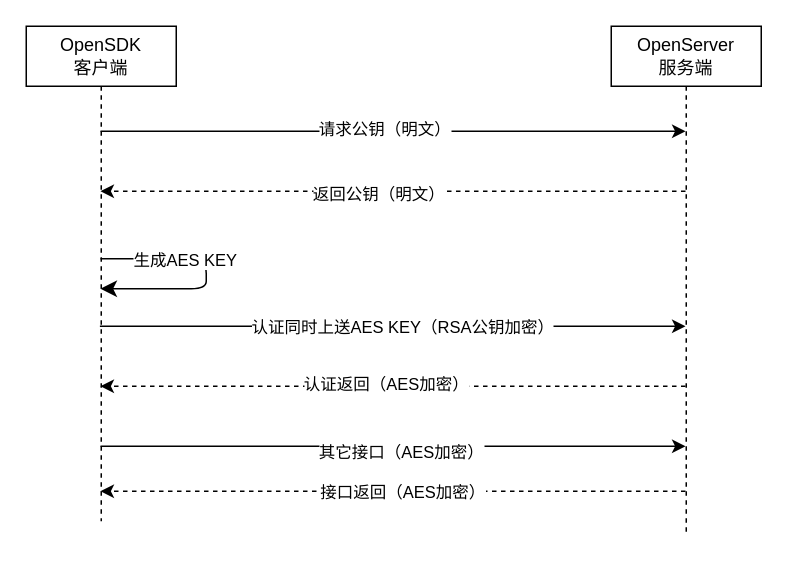
This is page "第 2 页" (2 of 8) of doc/未命名绘图.drawio from shushanfx/nfile, a draw.io file, before an edit. Source tidied: cells renumbered, new cells numbered last; positions are measured from the earlier drawing's top-left corner, leaving out a move shared by most shapes. Both pictures are drawn from the tidied source at 150%, with x=0, y=0 at pixel (26, 26).
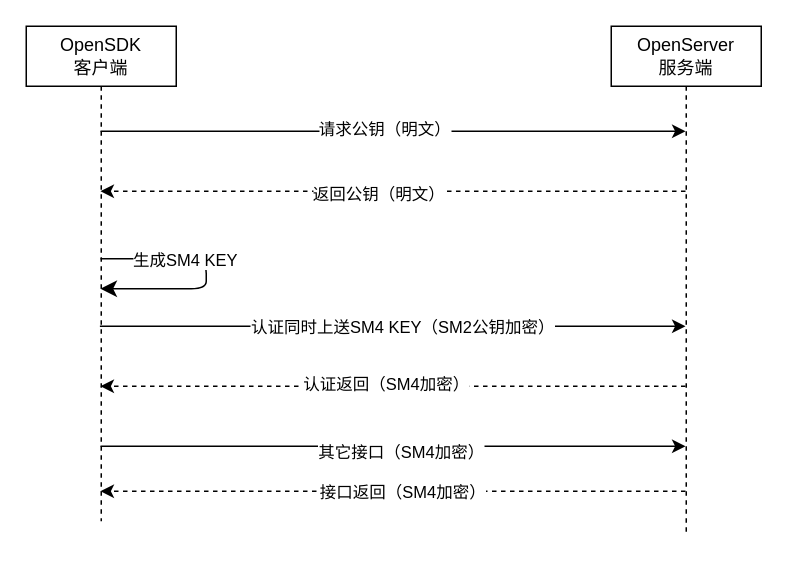
Above is the later version.

The change refers to these unchanged cells:
```xml
<mxCell id="4" style="edgeStyle=elbowEdgeStyle;rounded=0;orthogonalLoop=1;jettySize=auto;html=1;elbow=vertical;curved=0;" parent="1" edge="1">
  <mxGeometry relative="1" as="geometry">
    <mxPoint x="49.1" y="200" as="sourcePoint" />
    <mxPoint x="439.5" y="200" as="targetPoint" />
    <Array as="points">
      <mxPoint x="330" y="200" />
    </Array>
  </mxGeometry>
</mxCell>
<mxCell id="6" style="edgeStyle=elbowEdgeStyle;rounded=0;jettySize=auto;html=1;elbow=horizontal;curved=0;" parent="1" edge="1" source="8" target="15">
  <mxGeometry relative="1" as="geometry">
    <Array as="points">
      <mxPoint x="240" y="280" />
    </Array>
  </mxGeometry>
</mxCell>
<mxCell id="11" style="edgeStyle=elbowEdgeStyle;rounded=0;jettySize=auto;html=1;elbow=vertical;curved=0;dashed=1;" parent="1" edge="1" source="15" target="8">
  <mxGeometry relative="1" as="geometry">
    <Array as="points">
      <mxPoint x="280" y="240" />
    </Array>
  </mxGeometry>
</mxCell>
<mxCell id="13" style="edgeStyle=elbowEdgeStyle;rounded=0;jettySize=auto;html=1;elbow=vertical;curved=0;dashed=1;" parent="1" edge="1" source="15" target="8">
  <mxGeometry relative="1" as="geometry">
    <Array as="points">
      <mxPoint x="250" y="310" />
      <mxPoint x="270" y="320" />
    </Array>
  </mxGeometry>
</mxCell>
<mxCell id="17" style="edgeStyle=orthogonalEdgeStyle;elbow=horizontal;endArrow=classic;html=1;rounded=1;endSize=8;startSize=8;targetPerimeterSpacing=15;" parent="1" edge="1" source="8" target="8">
  <mxGeometry relative="1" as="geometry" />
</mxCell>
```

Diff of the diagram source:
```diff
@@
-    <mxCell id="5" value="认证同时上送AES KEY（RSA公钥加密）" style="edgeLabel;html=1;align=center;verticalAlign=middle;" parent="4" vertex="1">
+    <mxCell id="5" value="认证同时上送SM4 KEY（SM2公钥加密）" style="edgeLabel;html=1;align=center;verticalAlign=middle;" parent="4" vertex="1">
       <mxGeometry x="-0.08" y="5" relative="1" as="geometry">
         <mxPoint x="21" y="5" as="offset" />
       </mxGeometry>
     </mxCell>
@@
-    <mxCell id="7" value="其它接口（AES加密）" style="edgeLabel;html=1;align=center;verticalAlign=middle;" parent="6" vertex="1">
+    <mxCell id="7" value="其它接口（SM4加密）" style="edgeLabel;html=1;align=center;verticalAlign=middle;" parent="6" vertex="1">
       <mxGeometry x="0.12" y="-3" relative="1" as="geometry">
         <mxPoint x="-18" as="offset" />
       </mxGeometry>
     </mxCell>
@@
-    <mxCell id="12" value="认证返回（AES加密）" style="edgeLabel;html=1;align=center;verticalAlign=middle;" parent="11" vertex="1">
+    <mxCell id="12" value="认证返回（SM4加密）" style="edgeLabel;html=1;align=center;verticalAlign=middle;" parent="11" vertex="1">
       <mxGeometry x="-0.08" y="-2" relative="1" as="geometry">
         <mxPoint x="-21" as="offset" />
       </mxGeometry>
     </mxCell>
@@
-    <mxCell id="14" value="接口返回（AES加密）" style="edgeLabel;html=1;align=center;verticalAlign=middle;" parent="13" vertex="1">
+    <mxCell id="14" value="接口返回（SM4加密）" style="edgeLabel;html=1;align=center;verticalAlign=middle;" parent="13" vertex="1">
       <mxGeometry x="0.08" y="4" relative="1" as="geometry">
         <mxPoint x="22" y="-4" as="offset" />
       </mxGeometry>
     </mxCell>
@@
-    <mxCell id="18" value="生成AES KEY" style="edgeLabel;html=1;align=center;verticalAlign=middle;" parent="17" vertex="1">
+    <mxCell id="18" value="生成SM4 KEY" style="edgeLabel;html=1;align=center;verticalAlign=middle;" parent="17" vertex="1">
       <mxGeometry x="-0.31" relative="1" as="geometry" />
     </mxCell>
```
